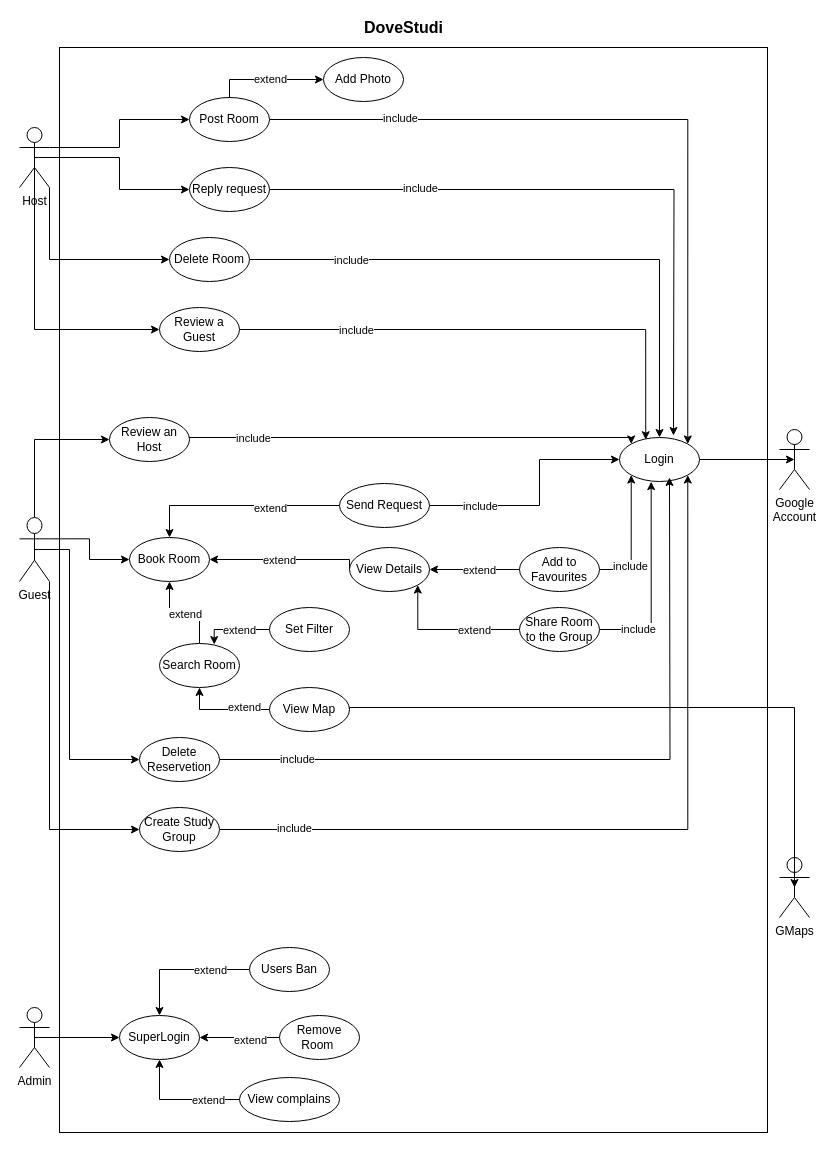
Earlier version of the draw.io diagram Docs/DoveStudi UCD.drawio (nic-agos/DoveStudi). Source tidied: cells renumbered, new cells numbered last; positions are measured from the earlier drawing's top-left corner, leaving out a move shared by most shapes. Both pictures are drawn from the tidied source at 100%, with x=0, y=0 at pixel (19, 17).
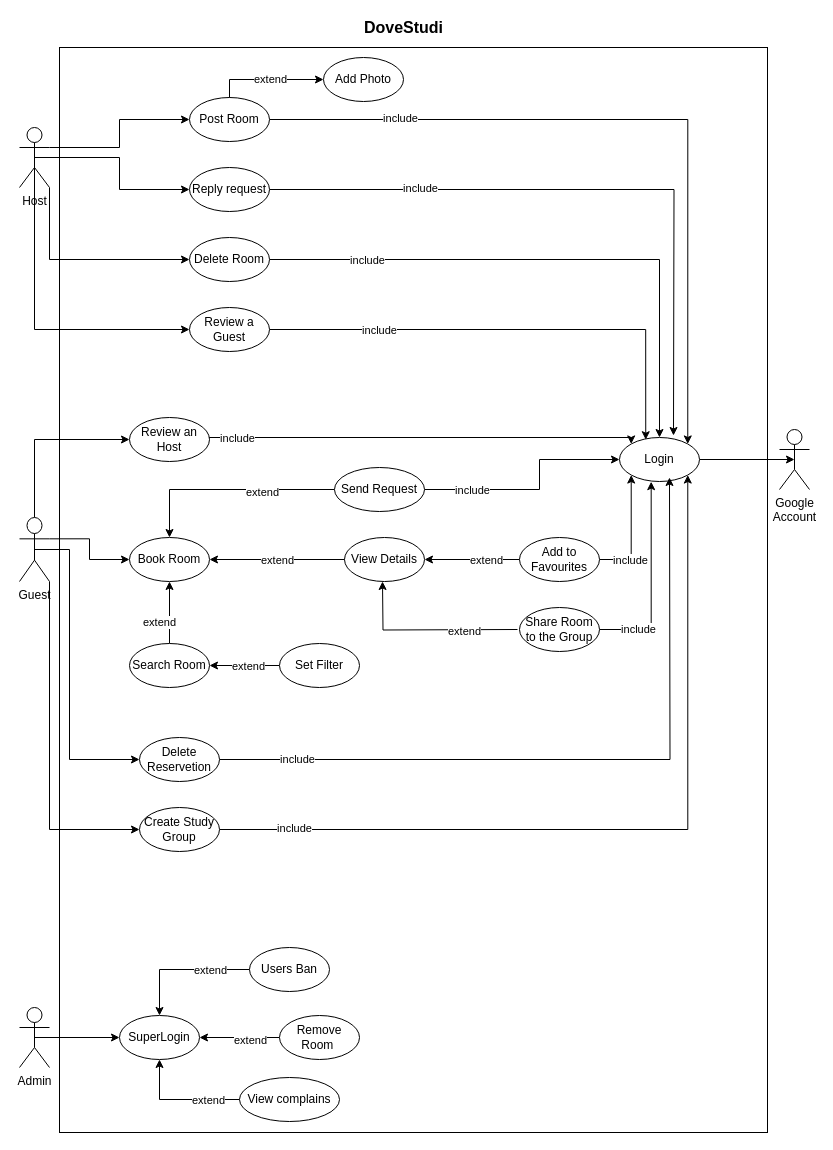
The same page after the edit.

Commit message:
Deleted Gmaps integration

The change refers to these unchanged cells:
```xml
<mxCell id="19" value="Login" style="ellipse;whiteSpace=wrap;html=1;" parent="1" vertex="1">
  <mxGeometry x="600" y="420" width="80" height="44" as="geometry" />
</mxCell>
<mxCell id="42" value="Share Room&lt;br&gt;to the Group" style="ellipse;whiteSpace=wrap;html=1;" parent="1" vertex="1">
  <mxGeometry x="500" y="590" width="80" height="44" as="geometry" />
</mxCell>
```

What changed in the source:
```diff
@@
-    <mxCell id="14" value="GMaps" style="shape=umlActor;verticalLabelPosition=bottom;verticalAlign=top;html=1;outlineConnect=0;" parent="1" vertex="1">
-      <mxGeometry x="760" y="840" width="30" height="60" as="geometry" />
-    </mxCell>
@@
     <mxCell id="31" value="Search Room" style="ellipse;whiteSpace=wrap;html=1;" parent="1" vertex="1">
-      <mxGeometry x="140" y="626" width="80" height="44" as="geometry" />
+      <mxGeometry x="110" y="626" width="80" height="44" as="geometry" />
     </mxCell>
-    <mxCell id="32" style="edgeStyle=orthogonalEdgeStyle;rounded=0;jettySize=auto;html=1;exitX=0;exitY=0.5;exitDx=0;exitDy=0;entryX=0.5;entryY=1;entryDx=0;entryDy=0;" parent="1" edge="1" source="35" target="31">
-      <mxGeometry relative="1" as="geometry" />
-    </mxCell>
-    <mxCell id="33" value="extend" style="edgeLabel;html=1;align=center;verticalAlign=middle;" parent="32" vertex="1">
-      <mxGeometry x="-0.43" y="-3" relative="1" as="geometry" />
-    </mxCell>
-    <mxCell id="34" style="edgeStyle=orthogonalEdgeStyle;rounded=0;jettySize=auto;html=1;exitX=1;exitY=0.5;exitDx=0;exitDy=0;entryX=0.5;entryY=0.5;entryDx=0;entryDy=0;entryPerimeter=0;" parent="1" edge="1" source="35" target="14">
-      <mxGeometry relative="1" as="geometry">
-        <Array as="points">
-          <mxPoint x="330" y="690" />
-          <mxPoint x="775" y="690" />
-        </Array>
-      </mxGeometry>
-    </mxCell>
-    <mxCell id="35" value="View Map" style="ellipse;whiteSpace=wrap;html=1;" parent="1" vertex="1">
-      <mxGeometry x="250" y="670" width="80" height="44" as="geometry" />
-    </mxCell>
-    <mxCell id="36" style="edgeStyle=orthogonalEdgeStyle;rounded=0;jettySize=auto;html=1;exitX=0;exitY=0.5;exitDx=0;exitDy=0;entryX=0.684;entryY=0.023;entryDx=0;entryDy=0;entryPerimeter=0;" parent="1" edge="1" source="38" target="31">
-      <mxGeometry relative="1" as="geometry">
-        <Array as="points">
-          <mxPoint x="195" y="612" />
-        </Array>
-      </mxGeometry>
+    <mxCell id="36" style="edgeStyle=orthogonalEdgeStyle;rounded=0;jettySize=auto;html=1;" parent="1" edge="1" source="38" target="31">
+      <mxGeometry relative="1" as="geometry" />
     </mxCell>
-    <mxCell id="37" value="extend" style="edgeLabel;html=1;align=center;verticalAlign=middle;" parent="36" vertex="1">
-      <mxGeometry x="-0.53" y="1" relative="1" as="geometry">
-        <mxPoint x="-13.4" y="-1" as="offset" />
-      </mxGeometry>
-    </mxCell>
+    <mxCell id="83" value="extend" style="edgeLabel;html=1;align=center;verticalAlign=middle;" parent="36" vertex="1">
+      <mxGeometry x="-0.1" relative="1" as="geometry" />
+    </mxCell>
     <mxCell id="38" value="Set Filter" style="ellipse;whiteSpace=wrap;html=1;" parent="1" vertex="1">
-      <mxGeometry x="250" y="590" width="80" height="44" as="geometry" />
+      <mxGeometry x="260" y="626" width="80" height="44" as="geometry" />
     </mxCell>
-    <mxCell id="39" style="edgeStyle=orthogonalEdgeStyle;rounded=0;jettySize=auto;html=1;exitX=0;exitY=0.5;exitDx=0;exitDy=0;entryX=1;entryY=1;entryDx=0;entryDy=0;" parent="1" edge="1" source="42" target="53">
-      <mxGeometry relative="1" as="geometry">
-        <Array as="points">
-          <mxPoint x="398" y="612" />
-          <mxPoint x="398" y="567" />
-        </Array>
-      </mxGeometry>
-    </mxCell>
@@
+    <mxCell id="84" style="edgeStyle=orthogonalEdgeStyle;rounded=0;orthogonalLoop=1;jettySize=auto;html=1;exitX=0;exitY=0.5;exitDx=0;exitDy=0;entryX=0.5;entryY=1;entryDx=0;entryDy=0;" parent="1" edge="1">
+      <mxGeometry relative="1" as="geometry">
+        <mxPoint x="498" y="612" as="sourcePoint" />
+        <mxPoint x="363" y="564" as="targetPoint" />
+      </mxGeometry>
+    </mxCell>
+    <mxCell id="85" value="extend" style="edgeLabel;html=1;align=center;verticalAlign=middle;" parent="84" vertex="1">
+      <mxGeometry x="-0.41" y="1" relative="1" as="geometry" />
+    </mxCell>
@@
-    <mxCell id="43" style="edgeStyle=orthogonalEdgeStyle;rounded=0;jettySize=auto;html=1;exitX=0;exitY=0.5;exitDx=0;exitDy=0;entryX=1;entryY=0.5;entryDx=0;entryDy=0;" parent="1" edge="1" source="47" target="53">
-      <mxGeometry relative="1" as="geometry">
-        <Array as="points">
-          <mxPoint x="500" y="552" />
-        </Array>
-      </mxGeometry>
-    </mxCell>
-    <mxCell id="44" value="extend" style="edgeLabel;html=1;align=center;verticalAlign=middle;" parent="43" vertex="1">
-      <mxGeometry x="-0.32" y="1" relative="1" as="geometry">
-        <mxPoint x="-9.2" y="-1" as="offset" />
-      </mxGeometry>
-    </mxCell>
     <mxCell id="45" style="edgeStyle=orthogonalEdgeStyle;rounded=0;jettySize=auto;html=1;exitX=1;exitY=0.5;exitDx=0;exitDy=0;entryX=0;entryY=1;entryDx=0;entryDy=0;" parent="1" edge="1" source="47" target="19">
       <mxGeometry relative="1" as="geometry">
         <Array as="points">
-          <mxPoint x="612" y="552" />
-          <mxPoint x="612" y="457" />
+          <mxPoint x="612" y="542" />
         </Array>
       </mxGeometry>
     </mxCell>
@@
+    <mxCell id="43" style="edgeStyle=orthogonalEdgeStyle;rounded=0;jettySize=auto;html=1;exitX=0;exitY=0.5;exitDx=0;exitDy=0;entryX=1;entryY=0.5;entryDx=0;entryDy=0;" parent="1" edge="1" source="47" target="53">
+      <mxGeometry relative="1" as="geometry" />
+    </mxCell>
+    <mxCell id="86" value="extend" style="edgeLabel;html=1;align=center;verticalAlign=middle;" parent="43" vertex="1">
+      <mxGeometry x="-0.28" relative="1" as="geometry" />
+    </mxCell>
     <mxCell id="47" value="Add to Favourites" style="ellipse;whiteSpace=wrap;html=1;" parent="1" vertex="1">
-      <mxGeometry x="500" y="530" width="80" height="44" as="geometry" />
+      <mxGeometry x="500" y="520" width="80" height="44" as="geometry" />
     </mxCell>
@@
     <mxCell id="50" value="Review an Host" style="ellipse;whiteSpace=wrap;html=1;" parent="1" vertex="1">
-      <mxGeometry x="90" y="400" width="80" height="44" as="geometry" />
+      <mxGeometry x="110" y="400" width="80" height="44" as="geometry" />
     </mxCell>
@@
     <mxCell id="53" value="View Details" style="ellipse;whiteSpace=wrap;html=1;" parent="1" vertex="1">
-      <mxGeometry x="330" y="530" width="80" height="44" as="geometry" />
+      <mxGeometry x="325" y="520" width="80" height="44" as="geometry" />
     </mxCell>
     <mxCell id="54" style="edgeStyle=orthogonalEdgeStyle;rounded=0;jettySize=auto;html=1;exitX=1;exitY=0.5;exitDx=0;exitDy=0;entryX=0;entryY=0.5;entryDx=0;entryDy=0;" parent="1" edge="1" source="58" target="19">
       <mxGeometry relative="1" as="geometry">
         <Array as="points">
-          <mxPoint x="520" y="488" />
+          <mxPoint x="520" y="472" />
           <mxPoint x="520" y="442" />
         </Array>
       </mxGeometry>
     </mxCell>
@@
     <mxCell id="58" value="Send Request" style="ellipse;whiteSpace=wrap;html=1;" parent="1" vertex="1">
-      <mxGeometry x="320" y="466" width="90" height="44" as="geometry" />
+      <mxGeometry x="315" y="450" width="90" height="44" as="geometry" />
     </mxCell>
@@
     <mxCell id="71" value="Review a Guest" style="ellipse;whiteSpace=wrap;html=1;" parent="1" vertex="1">
-      <mxGeometry x="140" y="290" width="80" height="44" as="geometry" />
+      <mxGeometry x="170" y="290" width="80" height="44" as="geometry" />
     </mxCell>
@@
-    <mxCell id="76" value="extend" style="edgeLabel;html=1;align=center;verticalAlign=middle;" parent="1" vertex="1">
-      <mxGeometry x="460" y="585" as="geometry">
-        <mxPoint x="-6" y="27" as="offset" />
-      </mxGeometry>
-    </mxCell>
@@
     <mxCell id="82" value="Delete Room" style="ellipse;whiteSpace=wrap;html=1;" parent="1" vertex="1">
-      <mxGeometry x="150" y="220" width="80" height="44" as="geometry" />
+      <mxGeometry x="170" y="220" width="80" height="44" as="geometry" />
     </mxCell>
```
